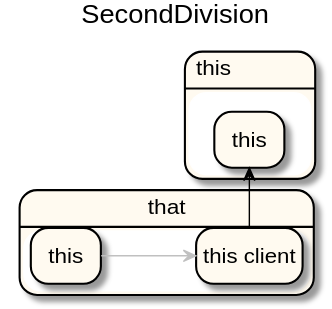
The PlantUML diagram docs/integrationepa.svg in anz-bank/sysl-catalog, before a commit.
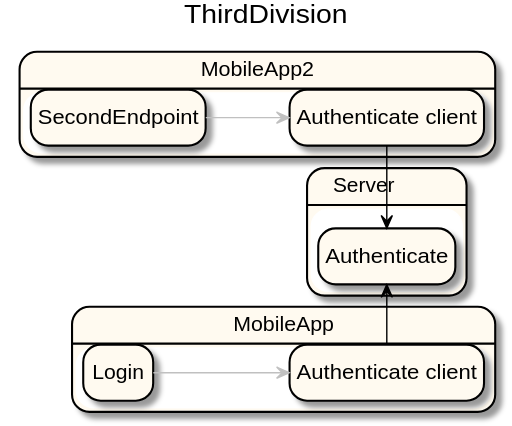
After the change.

Change to the diagram source:
```diff
@@ -1,7 +1,7 @@
 @startuml
 
 
-title SecondDivision
+title ThirdDivision
 left to right direction
 scale max 16384 height
 hide empty description
@@ -10,13 +10,19 @@
   BorderColor Black
   ArrowColor Crimson
 }
-state "that" as X_0 {
-  state "this" as _0
-  state "this client" as _1
+state "MobileApp" as X_0 {
+  state "Authenticate client" as _0
+  state "Login" as _1
 }
-state "this" as X_1 <<highlight>> {
-  state "this" as _2 <<highlight>>
+state "MobileApp2" as X_1 {
+  state "Authenticate client" as _2
+  state "SecondEndpoint" as _3
 }
-_0 -[#silver]-> _1
-_1 -[#black]> _2
+state "Server" as X_2 <<highlight>> {
+  state "Authenticate" as _4 <<highlight>>
+}
+_1 -[#silver]-> _0
+_0 -[#black]> _4
+_3 -[#silver]-> _2
+_2 -[#black]> _4
 @enduml
```
